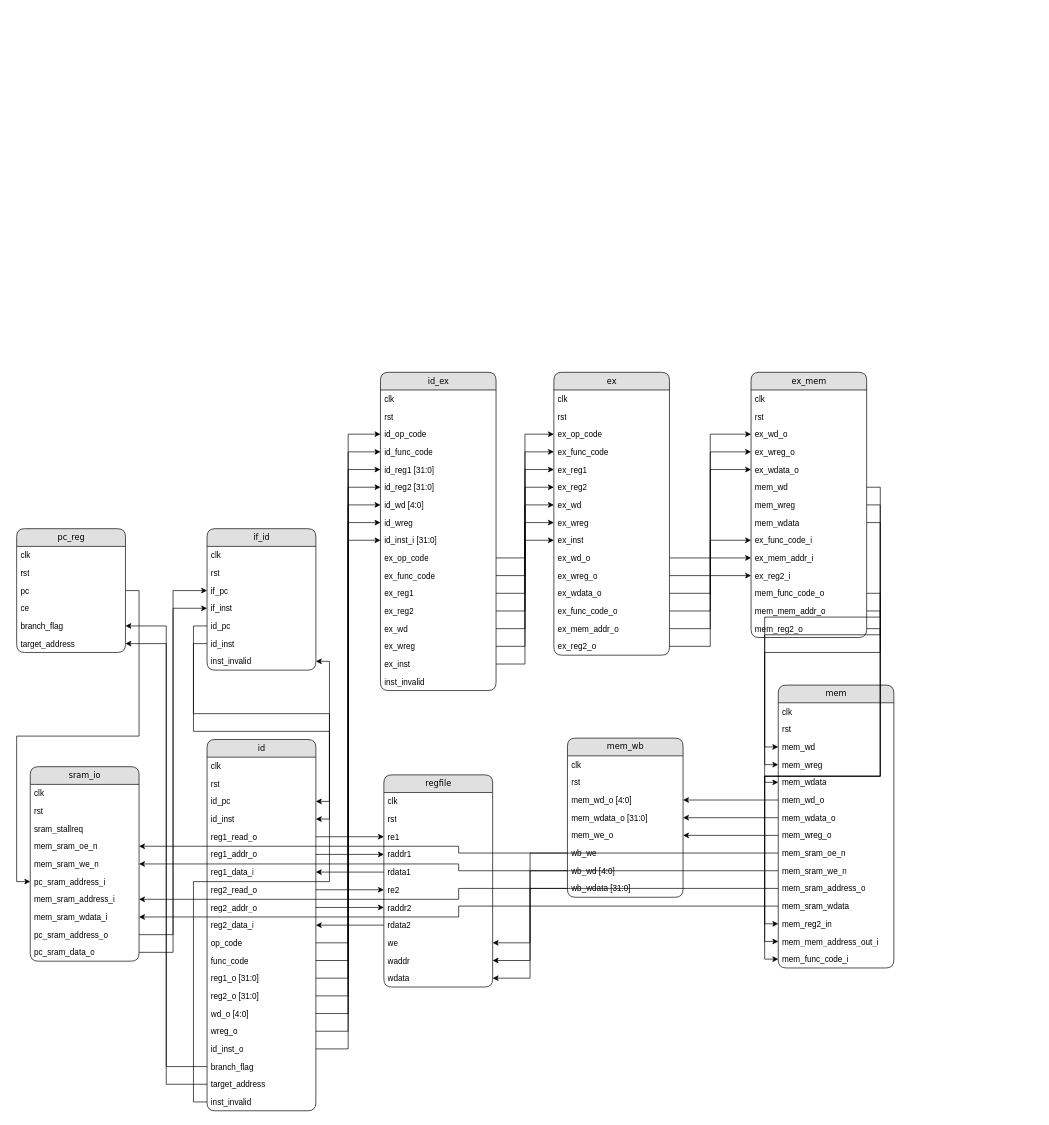
reburnw/riscv-cpu-dataflow keeps this draw.io diagram as riscv-cpu-datapath.drawio. Above is the earlier version. Source tidied: cells renumbered, new cells numbered last; positions are measured from the earlier drawing's top-left corner, leaving out a move shared by most shapes. Both pictures are drawn from the tidied source at 68%, with x=0, y=0 at pixel (16, 372).
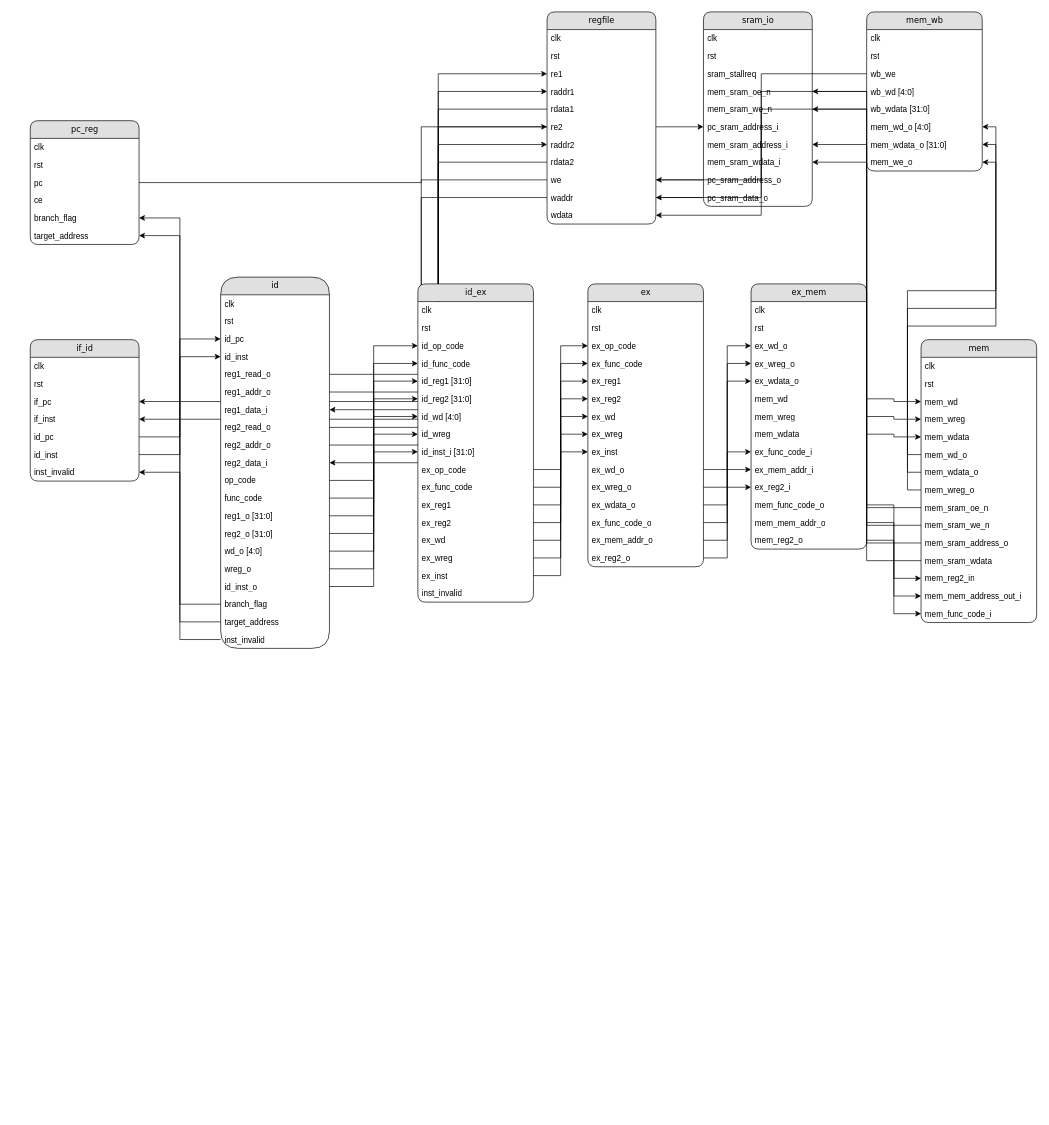
Above is the later version.

Diff of the diagram source:
```diff
@@
     <mxCell id="2" value="pc_reg" style="swimlane;html=1;fontStyle=0;horizontal=1;startSize=26;fillColor=#e0e0e0;swimlaneFillColor=#ffffff;align=center;rounded=1;shadow=0;comic=0;labelBackgroundColor=none;strokeWidth=1;fontFamily=Verdana;fontSize=12;" parent="1" vertex="1">
-      <mxGeometry y="230" width="160" height="182" as="geometry" />
+      <mxGeometry x="20" y="-370" width="160" height="182" as="geometry" />
     </mxCell>
@@
     <mxCell id="9" value="sram_io" style="swimlane;html=1;fontStyle=0;horizontal=1;startSize=26;fillColor=#e0e0e0;swimlaneFillColor=#ffffff;align=center;rounded=1;shadow=0;comic=0;labelBackgroundColor=none;strokeWidth=1;fontFamily=Verdana;fontSize=12;" parent="1" vertex="1">
-      <mxGeometry x="20" y="580" width="160" height="286" as="geometry" />
+      <mxGeometry x="1010" y="-530" width="160" height="286" as="geometry" />
     </mxCell>
@@
     <mxCell id="21" value="if_id" style="swimlane;html=1;fontStyle=0;horizontal=1;startSize=26;fillColor=#e0e0e0;swimlaneFillColor=#ffffff;align=center;rounded=1;shadow=0;comic=0;labelBackgroundColor=none;strokeWidth=1;fontFamily=Verdana;fontSize=12;" parent="1" vertex="1">
-      <mxGeometry x="280" y="230" width="160" height="208" as="geometry" />
+      <mxGeometry x="20" y="-48" width="160" height="208" as="geometry" />
     </mxCell>
@@
-    <mxCell id="31" value="id" style="swimlane;html=1;fontStyle=0;horizontal=1;startSize=26;fillColor=#e0e0e0;swimlaneFillColor=#ffffff;align=center;rounded=1;shadow=0;comic=0;labelBackgroundColor=none;strokeWidth=1;fontFamily=Verdana;fontSize=12;" parent="1" vertex="1">
-      <mxGeometry x="280" y="540" width="160" height="546" as="geometry" />
+    <mxCell id="31" value="id" style="swimlane;html=1;fontStyle=0;horizontal=1;startSize=26;fillColor=#e0e0e0;swimlaneFillColor=#ffffff;align=center;rounded=1;shadow=0;comic=0;labelBackgroundColor=none;strokeWidth=1;fontFamily=Verdana;fontSize=12;arcSize=46;" parent="1" vertex="1">
+      <mxGeometry x="300" y="-140" width="160" height="546" as="geometry" />
     </mxCell>
@@
     <mxCell id="54" value="regfile" style="swimlane;html=1;fontStyle=0;horizontal=1;startSize=26;fillColor=#e0e0e0;swimlaneFillColor=#ffffff;align=center;rounded=1;shadow=0;comic=0;labelBackgroundColor=none;strokeWidth=1;fontFamily=Verdana;fontSize=12;" parent="1" vertex="1">
-      <mxGeometry x="540" y="592" width="160" height="312" as="geometry" />
+      <mxGeometry x="780" y="-530" width="160" height="312" as="geometry" />
     </mxCell>
@@
     <mxCell id="72" value="id_ex" style="swimlane;html=1;fontStyle=0;horizontal=1;startSize=26;fillColor=#e0e0e0;swimlaneFillColor=#ffffff;align=center;rounded=1;shadow=0;comic=0;labelBackgroundColor=none;strokeWidth=1;fontFamily=Verdana;fontSize=12;" parent="1" vertex="1">
-      <mxGeometry x="535" width="170" height="468" as="geometry" />
+      <mxGeometry x="590" y="-130" width="170" height="468" as="geometry" />
     </mxCell>
@@
     <mxCell id="90" value="ex_mem" style="swimlane;html=1;fontStyle=0;horizontal=1;startSize=26;fillColor=#e0e0e0;swimlaneFillColor=#ffffff;align=center;rounded=1;shadow=0;comic=0;labelBackgroundColor=none;strokeWidth=1;fontFamily=Verdana;fontSize=12;" parent="1" vertex="1">
-      <mxGeometry x="1080" width="170" height="390" as="geometry" />
+      <mxGeometry x="1080" y="-130" width="170" height="390" as="geometry" />
     </mxCell>
@@
     <mxCell id="105" value="mem" style="swimlane;html=1;fontStyle=0;horizontal=1;startSize=26;fillColor=#e0e0e0;swimlaneFillColor=#ffffff;align=center;rounded=1;shadow=0;comic=0;labelBackgroundColor=none;strokeWidth=1;fontFamily=Verdana;fontSize=12;" parent="1" vertex="1">
-      <mxGeometry x="1120" y="460" width="170" height="416" as="geometry" />
+      <mxGeometry x="1330" y="-48" width="170" height="416" as="geometry" />
     </mxCell>
@@
     <mxCell id="121" value="mem_wb" style="swimlane;html=1;fontStyle=0;horizontal=1;startSize=26;fillColor=#e0e0e0;swimlaneFillColor=#ffffff;align=center;rounded=1;shadow=0;comic=0;labelBackgroundColor=none;strokeWidth=1;fontFamily=Verdana;fontSize=12;" parent="1" vertex="1">
-      <mxGeometry x="810" y="538" width="170" height="234" as="geometry" />
+      <mxGeometry x="1250" y="-530" width="170" height="234" as="geometry" />
     </mxCell>
@@
+    <mxCell id="127" value="wb_we" style="text;html=1;strokeColor=none;fillColor=none;spacingLeft=4;spacingRight=4;whiteSpace=wrap;overflow=hidden;points=[[0,0.5],[1,0.5]];portConstraint=eastwest;" parent="121" vertex="1">
+      <mxGeometry y="78" width="170" height="26" as="geometry" />
+    </mxCell>
+    <mxCell id="128" value="wb_wd [4:0]" style="text;html=1;strokeColor=none;fillColor=none;spacingLeft=4;spacingRight=4;whiteSpace=wrap;overflow=hidden;points=[[0,0.5],[1,0.5]];portConstraint=eastwest;" parent="121" vertex="1">
+      <mxGeometry y="104" width="170" height="26" as="geometry" />
+    </mxCell>
+    <mxCell id="129" value="wb_wdata [31:0]" style="text;html=1;strokeColor=none;fillColor=none;spacingLeft=4;spacingRight=4;whiteSpace=wrap;overflow=hidden;points=[[0,0.5],[1,0.5]];portConstraint=eastwest;" parent="121" vertex="1">
+      <mxGeometry y="130" width="170" height="26" as="geometry" />
+    </mxCell>
     <mxCell id="124" value="mem_wd_o [4:0]" style="text;html=1;strokeColor=none;fillColor=none;spacingLeft=4;spacingRight=4;whiteSpace=wrap;overflow=hidden;points=[[0,0.5],[1,0.5]];portConstraint=eastwest;" parent="121" vertex="1">
-      <mxGeometry y="78" width="170" height="26" as="geometry" />
+      <mxGeometry y="156" width="170" height="26" as="geometry" />
     </mxCell>
     <mxCell id="125" value="mem_wdata_o [31:0]" style="text;html=1;strokeColor=none;fillColor=none;spacingLeft=4;spacingRight=4;whiteSpace=wrap;overflow=hidden;points=[[0,0.5],[1,0.5]];portConstraint=eastwest;" parent="121" vertex="1">
-      <mxGeometry y="104" width="170" height="26" as="geometry" />
+      <mxGeometry y="182" width="170" height="26" as="geometry" />
     </mxCell>
     <mxCell id="126" value="mem_we_o" style="text;html=1;strokeColor=none;fillColor=none;spacingLeft=4;spacingRight=4;whiteSpace=wrap;overflow=hidden;points=[[0,0.5],[1,0.5]];portConstraint=eastwest;" parent="121" vertex="1">
-      <mxGeometry y="130" width="170" height="26" as="geometry" />
+      <mxGeometry y="208" width="170" height="26" as="geometry" />
     </mxCell>
-    <mxCell id="127" value="wb_we" style="text;html=1;strokeColor=none;fillColor=none;spacingLeft=4;spacingRight=4;whiteSpace=wrap;overflow=hidden;points=[[0,0.5],[1,0.5]];portConstraint=eastwest;" parent="121" vertex="1">
-      <mxGeometry y="156" width="170" height="26" as="geometry" />
-    </mxCell>
-    <mxCell id="128" value="wb_wd [4:0]" style="text;html=1;strokeColor=none;fillColor=none;spacingLeft=4;spacingRight=4;whiteSpace=wrap;overflow=hidden;points=[[0,0.5],[1,0.5]];portConstraint=eastwest;" parent="121" vertex="1">
-      <mxGeometry y="182" width="170" height="26" as="geometry" />
-    </mxCell>
-    <mxCell id="129" value="wb_wdata [31:0]" style="text;html=1;strokeColor=none;fillColor=none;spacingLeft=4;spacingRight=4;whiteSpace=wrap;overflow=hidden;points=[[0,0.5],[1,0.5]];portConstraint=eastwest;" parent="121" vertex="1">
-      <mxGeometry y="208" width="170" height="26" as="geometry" />
-    </mxCell>
@@
     <mxCell id="133" value="ex" style="swimlane;html=1;fontStyle=0;horizontal=1;startSize=26;fillColor=#e0e0e0;swimlaneFillColor=#ffffff;align=center;rounded=1;shadow=0;comic=0;labelBackgroundColor=none;strokeWidth=1;fontFamily=Verdana;fontSize=12;" parent="1" vertex="1">
-      <mxGeometry x="790" width="170" height="416" as="geometry" />
+      <mxGeometry x="840" y="-130" width="170" height="416" as="geometry" />
     </mxCell>
```
